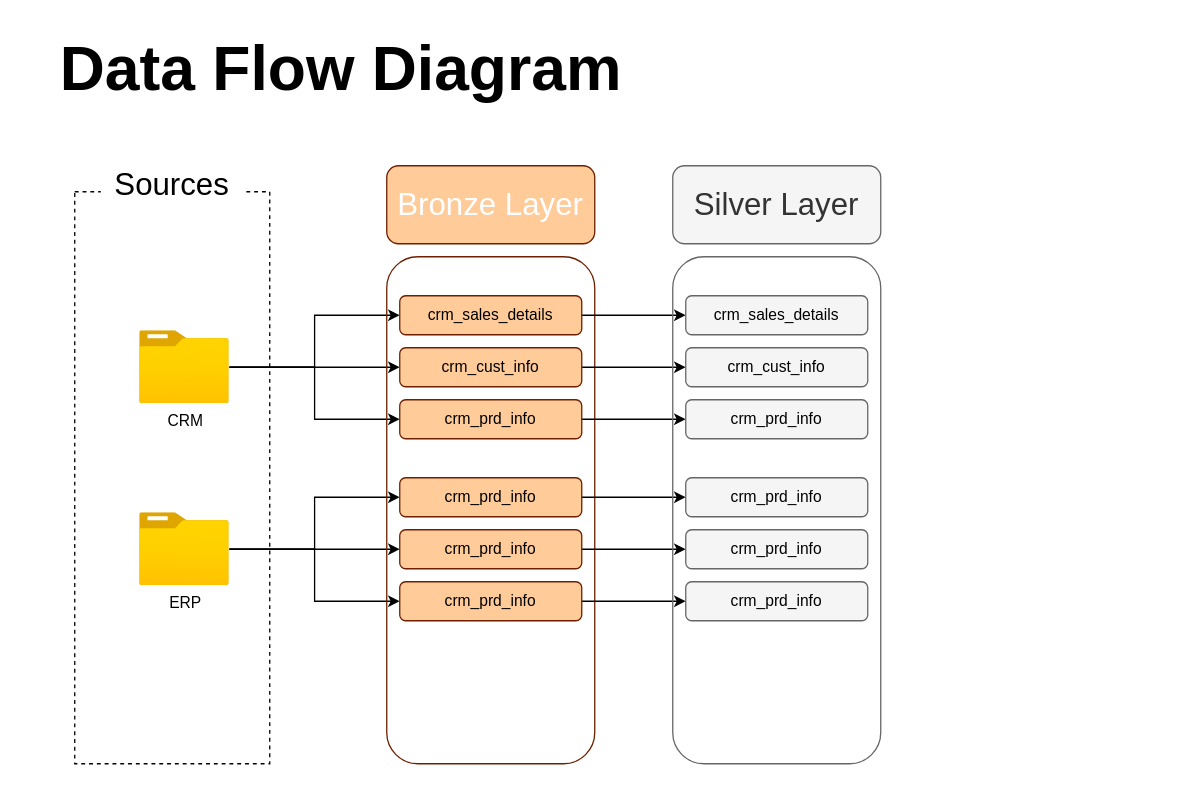
Above: docs/Data Flow Diagram.drawio in AhmedSafey/sql-data-warehouse-project (draw.io), before the change. Source tidied: cells renumbered, new cells numbered last; positions are measured from the earlier drawing's top-left corner, leaving out a move shared by most shapes. Both pictures are drawn from the tidied source at 130%, with x=0, y=0 at pixel (22, 22).
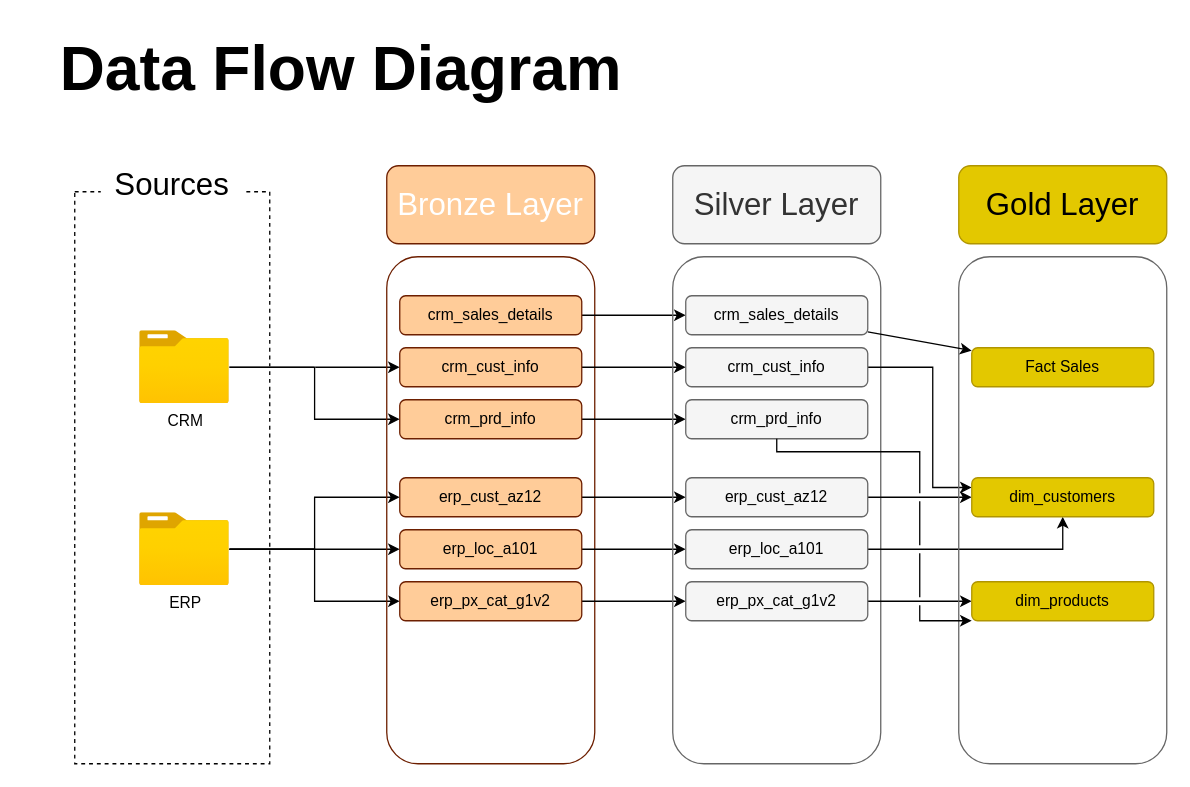
The same page after the edit.

Unchanged cells that the change refers to:
```xml
<mxCell id="7" value="CRM&lt;div&gt;&lt;br&gt;&lt;/div&gt;" style="image;html=1;points=[];align=center;fontSize=12;image=img/lib/azure2/general/Folder_Blank.svg;" parent="1" vertex="1">
  <mxGeometry x="90" y="237" width="69" height="56" as="geometry" />
</mxCell>
<mxCell id="15" value="&lt;span&gt;&lt;font style=&quot;color: rgb(0, 0, 0);&quot;&gt;crm_sales_details&lt;/font&gt;&lt;/span&gt;" style="rounded=1;whiteSpace=wrap;html=1;fillColor=#FFCC99;fontColor=#ffffff;strokeColor=#6D1F00;" parent="1" vertex="1">
  <mxGeometry x="290" y="210" width="140" height="30" as="geometry" />
</mxCell>
<mxCell id="29" value="&lt;span&gt;&lt;font style=&quot;color: rgb(0, 0, 0);&quot;&gt;crm_sales_details&lt;/font&gt;&lt;/span&gt;" style="rounded=1;whiteSpace=wrap;html=1;fillColor=#f5f5f5;fontColor=#333333;strokeColor=#666666;" parent="1" vertex="1">
  <mxGeometry x="510" y="210" width="140" height="30" as="geometry" />
</mxCell>
<mxCell id="30" value="&lt;span&gt;&lt;font style=&quot;color: rgb(0, 0, 0);&quot;&gt;crm_cust_info&lt;/font&gt;&lt;/span&gt;" style="rounded=1;whiteSpace=wrap;html=1;fillColor=#f5f5f5;fontColor=#333333;strokeColor=#666666;" parent="1" vertex="1">
  <mxGeometry x="510" y="250" width="140" height="30" as="geometry" />
</mxCell>
<mxCell id="31" value="&lt;span&gt;&lt;font style=&quot;color: rgb(0, 0, 0);&quot;&gt;crm_prd_info&lt;/font&gt;&lt;/span&gt;" style="rounded=1;whiteSpace=wrap;html=1;fillColor=#f5f5f5;fontColor=#333333;strokeColor=#666666;" parent="1" vertex="1">
  <mxGeometry x="510" y="290" width="140" height="30" as="geometry" />
</mxCell>
```

Diff of the diagram source:
```diff
@@
-    <mxCell id="5" style="edgeStyle=orthogonalEdgeStyle;rounded=0;jettySize=auto;html=1;" parent="1" edge="1" source="7" target="15">
+    <mxCell id="5" style="edgeStyle=orthogonalEdgeStyle;rounded=0;jettySize=auto;html=1;strokeColor=#FFFFFF;" parent="1" edge="1" source="7" target="15">
       <mxGeometry relative="1" as="geometry" />
     </mxCell>
@@
-    <mxCell id="21" value="&lt;span&gt;&lt;font style=&quot;color: rgb(0, 0, 0);&quot;&gt;crm_prd_info&lt;/font&gt;&lt;/span&gt;" style="rounded=1;whiteSpace=wrap;html=1;fillColor=#FFCC99;fontColor=#ffffff;strokeColor=#6D1F00;" parent="1" vertex="1">
+    <mxCell id="21" value="&lt;span&gt;&lt;font style=&quot;color: rgb(0, 0, 0);&quot;&gt;erp_cust_az12&lt;/font&gt;&lt;/span&gt;" style="rounded=1;whiteSpace=wrap;html=1;fillColor=#FFCC99;fontColor=#ffffff;strokeColor=#6D1F00;" parent="1" vertex="1">
       <mxGeometry x="290" y="350" width="140" height="30" as="geometry" />
     </mxCell>
@@
-    <mxCell id="23" value="&lt;span&gt;&lt;font style=&quot;color: rgb(0, 0, 0);&quot;&gt;crm_prd_info&lt;/font&gt;&lt;/span&gt;" style="rounded=1;whiteSpace=wrap;html=1;fillColor=#FFCC99;fontColor=#ffffff;strokeColor=#6D1F00;" parent="1" vertex="1">
+    <mxCell id="23" value="&lt;span&gt;&lt;font style=&quot;color: rgb(0, 0, 0);&quot;&gt;erp_loc_a101&lt;/font&gt;&lt;/span&gt;" style="rounded=1;whiteSpace=wrap;html=1;fillColor=#FFCC99;fontColor=#ffffff;strokeColor=#6D1F00;" parent="1" vertex="1">
       <mxGeometry x="290" y="390" width="140" height="30" as="geometry" />
     </mxCell>
@@
-    <mxCell id="25" value="&lt;span&gt;&lt;font style=&quot;color: rgb(0, 0, 0);&quot;&gt;crm_prd_info&lt;/font&gt;&lt;/span&gt;" style="rounded=1;whiteSpace=wrap;html=1;fillColor=#FFCC99;fontColor=#ffffff;strokeColor=#6D1F00;" parent="1" vertex="1">
+    <mxCell id="25" value="&lt;span&gt;&lt;font style=&quot;color: rgb(0, 0, 0);&quot;&gt;erp_px_cat_g1v2&lt;/font&gt;&lt;/span&gt;" style="rounded=1;whiteSpace=wrap;html=1;fillColor=#FFCC99;fontColor=#ffffff;strokeColor=#6D1F00;" parent="1" vertex="1">
       <mxGeometry x="290" y="430" width="140" height="30" as="geometry" />
     </mxCell>
@@
+    <mxCell id="35" style="edgeStyle=orthogonalEdgeStyle;rounded=0;jettySize=auto;html=1;entryX=0;entryY=0.25;entryDx=0;entryDy=0;jumpStyle=gap;" parent="1" edge="1" source="30" target="42">
+      <mxGeometry relative="1" as="geometry">
+        <Array as="points">
+          <mxPoint x="700" y="265" />
+          <mxPoint x="700" y="358" />
+        </Array>
+      </mxGeometry>
+    </mxCell>
@@
+    <mxCell id="36" style="edgeStyle=orthogonalEdgeStyle;rounded=0;jettySize=auto;html=1;jumpStyle=gap;" parent="1" edge="1" source="32" target="42">
+      <mxGeometry relative="1" as="geometry" />
+    </mxCell>
-    <mxCell id="32" value="&lt;span&gt;&lt;font style=&quot;color: rgb(0, 0, 0);&quot;&gt;crm_prd_info&lt;/font&gt;&lt;/span&gt;" style="rounded=1;whiteSpace=wrap;html=1;fillColor=#f5f5f5;fontColor=#333333;strokeColor=#666666;" parent="1" vertex="1">
+    <mxCell id="32" value="&lt;span style=&quot;color: rgb(0, 0, 0);&quot;&gt;erp_cust_az12&lt;/span&gt;" style="rounded=1;whiteSpace=wrap;html=1;fillColor=#f5f5f5;fontColor=#333333;strokeColor=#666666;" parent="1" vertex="1">
       <mxGeometry x="510" y="350" width="140" height="30" as="geometry" />
     </mxCell>
+    <mxCell id="37" style="edgeStyle=orthogonalEdgeStyle;rounded=0;jettySize=auto;html=1;entryX=0.5;entryY=1;entryDx=0;entryDy=0;jumpStyle=gap;" parent="1" edge="1" source="33" target="42">
+      <mxGeometry relative="1" as="geometry" />
+    </mxCell>
-    <mxCell id="33" value="&lt;span&gt;&lt;font style=&quot;color: rgb(0, 0, 0);&quot;&gt;crm_prd_info&lt;/font&gt;&lt;/span&gt;" style="rounded=1;whiteSpace=wrap;html=1;fillColor=#f5f5f5;fontColor=#333333;strokeColor=#666666;" parent="1" vertex="1">
+    <mxCell id="33" value="&lt;span style=&quot;color: rgb(0, 0, 0);&quot;&gt;erp_loc_a101&lt;/span&gt;" style="rounded=1;whiteSpace=wrap;html=1;fillColor=#f5f5f5;fontColor=#333333;strokeColor=#666666;" parent="1" vertex="1">
       <mxGeometry x="510" y="390" width="140" height="30" as="geometry" />
     </mxCell>
+    <mxCell id="38" style="edgeStyle=orthogonalEdgeStyle;rounded=0;jettySize=auto;html=1;jumpStyle=gap;" parent="1" edge="1" source="34" target="43">
+      <mxGeometry relative="1" as="geometry" />
+    </mxCell>
-    <mxCell id="34" value="&lt;span&gt;&lt;font style=&quot;color: rgb(0, 0, 0);&quot;&gt;crm_prd_info&lt;/font&gt;&lt;/span&gt;" style="rounded=1;whiteSpace=wrap;html=1;fillColor=#f5f5f5;fontColor=#333333;strokeColor=#666666;" parent="1" vertex="1">
+    <mxCell id="34" value="&lt;span style=&quot;color: rgb(0, 0, 0);&quot;&gt;erp_px_cat_g1v2&lt;/span&gt;" style="rounded=1;whiteSpace=wrap;html=1;fillColor=#f5f5f5;fontColor=#333333;strokeColor=#666666;" parent="1" vertex="1">
       <mxGeometry x="510" y="430" width="140" height="30" as="geometry" />
     </mxCell>
+    <mxCell id="39" style="rounded=1;whiteSpace=wrap;html=1;fillColor=none;strokeColor=#666666;fontColor=#333333;" parent="1" vertex="1">
+      <mxGeometry x="720" y="180" width="160" height="390" as="geometry" />
+    </mxCell>
+    <mxCell id="40" value="&lt;font style=&quot;font-size: 24px;&quot;&gt;Gold Layer&lt;/font&gt;" style="rounded=1;whiteSpace=wrap;html=1;fillColor=#e3c800;fontColor=#000000;strokeColor=#B09500;" parent="1" vertex="1">
+      <mxGeometry x="720" y="110" width="160" height="60" as="geometry" />
+    </mxCell>
+    <mxCell id="41" value="&lt;span&gt;&lt;font style=&quot;color: rgb(0, 0, 0);&quot;&gt;Fact Sales&lt;/font&gt;&lt;/span&gt;" style="rounded=1;whiteSpace=wrap;html=1;fillColor=#e3c800;fontColor=#000000;strokeColor=#B09500;" parent="1" vertex="1">
+      <mxGeometry x="730" y="250" width="140" height="30" as="geometry" />
+    </mxCell>
+    <mxCell id="42" value="&lt;span&gt;&lt;font style=&quot;color: rgb(0, 0, 0);&quot;&gt;dim_customers&lt;/font&gt;&lt;/span&gt;" style="rounded=1;whiteSpace=wrap;html=1;fillColor=#e3c800;fontColor=#000000;strokeColor=#B09500;" parent="1" vertex="1">
+      <mxGeometry x="730" y="350" width="140" height="30" as="geometry" />
+    </mxCell>
+    <mxCell id="43" value="&lt;font color=&quot;#000000&quot;&gt;dim_products&lt;/font&gt;" style="rounded=1;whiteSpace=wrap;html=1;fillColor=#e3c800;fontColor=#000000;strokeColor=#B09500;" parent="1" vertex="1">
+      <mxGeometry x="730" y="430" width="140" height="30" as="geometry" />
+    </mxCell>
+    <mxCell id="44" style="endArrow=classic;html=1;rounded=0;" parent="1" edge="1" source="29" target="41">
+      <mxGeometry relative="1" as="geometry" />
+    </mxCell>
+    <mxCell id="45" style="edgeStyle=orthogonalEdgeStyle;rounded=0;jettySize=auto;html=1;jumpStyle=gap;" parent="1" edge="1" source="31" target="43">
+      <mxGeometry relative="1" as="geometry">
+        <Array as="points">
+          <mxPoint x="580" y="330" />
+          <mxPoint x="690" y="330" />
+          <mxPoint x="690" y="460" />
+        </Array>
+      </mxGeometry>
+    </mxCell>
```
